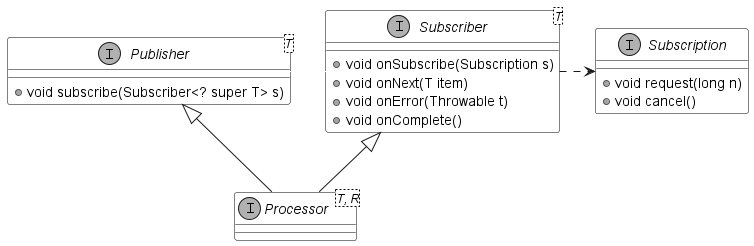
Before: images/Reactive_Streams_API.png, a diagram exported from PlantUML (ti-cortex-m4/demo-java-reactive-streams-old).
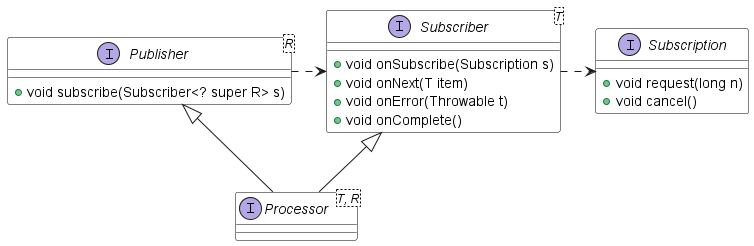
The same file after the commit.

Change to the diagram source:
```diff
@@ -3,13 +3,12 @@
 scale 1.0
 set namespaceSeparator none
 
-skinparam monochrome true
 skinparam ClassBackgroundColor white
 skinparam ClassBorderColor black
 skinparam CircledCharacterFontStyle normal
 
-interface Publisher<T> {
-+ void subscribe(Subscriber<? super T> s)
+interface Publisher<R> {
++ void subscribe(Subscriber<? super R> s)
 }
 
 interface Subscriber<T> {
@@ -30,7 +29,7 @@
 Publisher <|-- Processor
 Subscriber <|-- Processor
 
-Publisher -[#white] Subscriber
+Publisher .> Subscriber
 Subscriber .> Subscription
 
 @enduml
```
